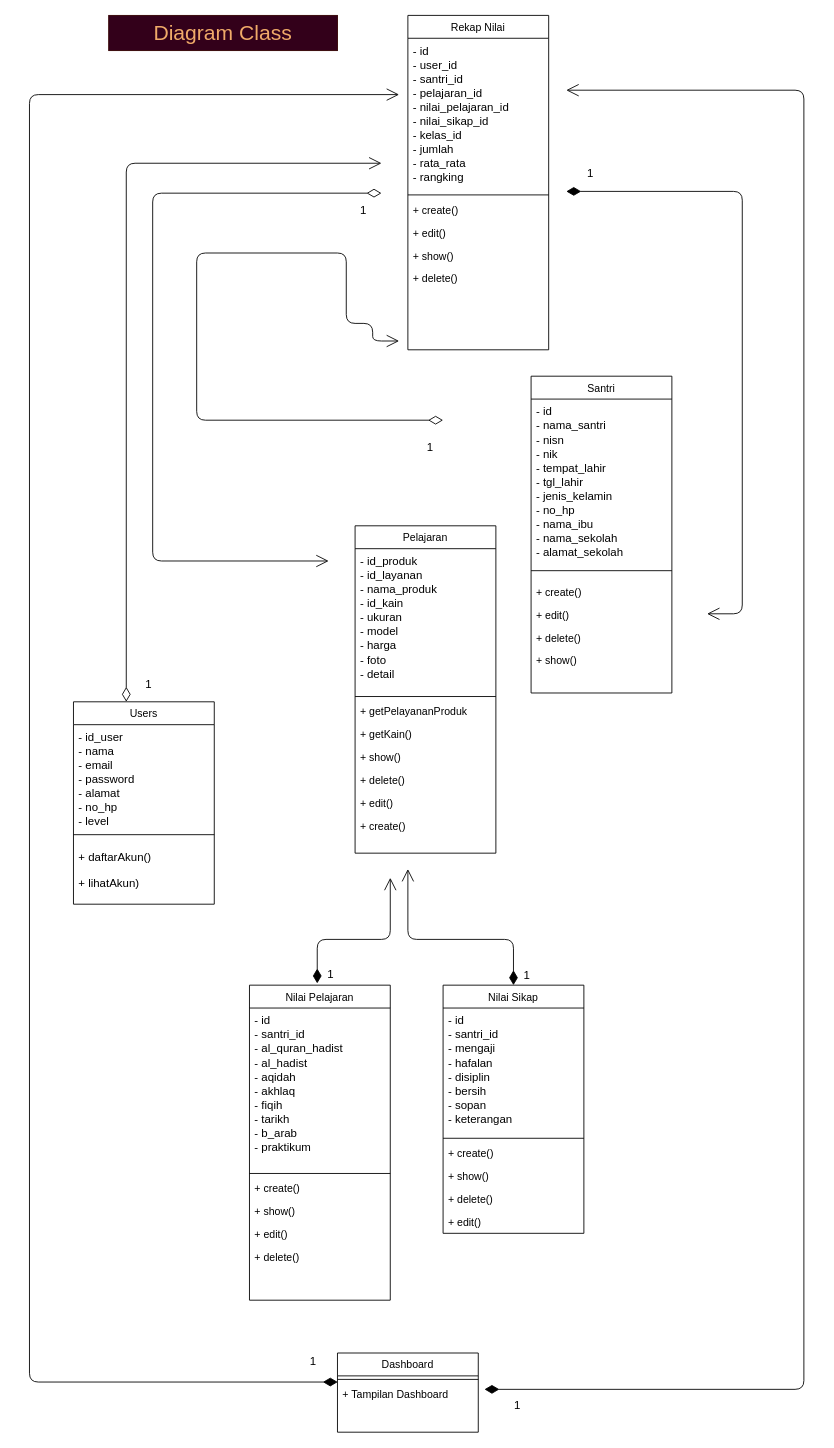
Before: page "Diagram-Class" (4 of 17) of draw.io/Proyek-3.drawio in Tugas-Proyek-Polindra/proyek-3, a draw.io diagram. Source tidied: cells renumbered, new cells numbered last; positions are measured from the earlier drawing's top-left corner, leaving out a move shared by most shapes. Both pictures are drawn from the tidied source at 88%, with x=0, y=0 at pixel (29, 15).
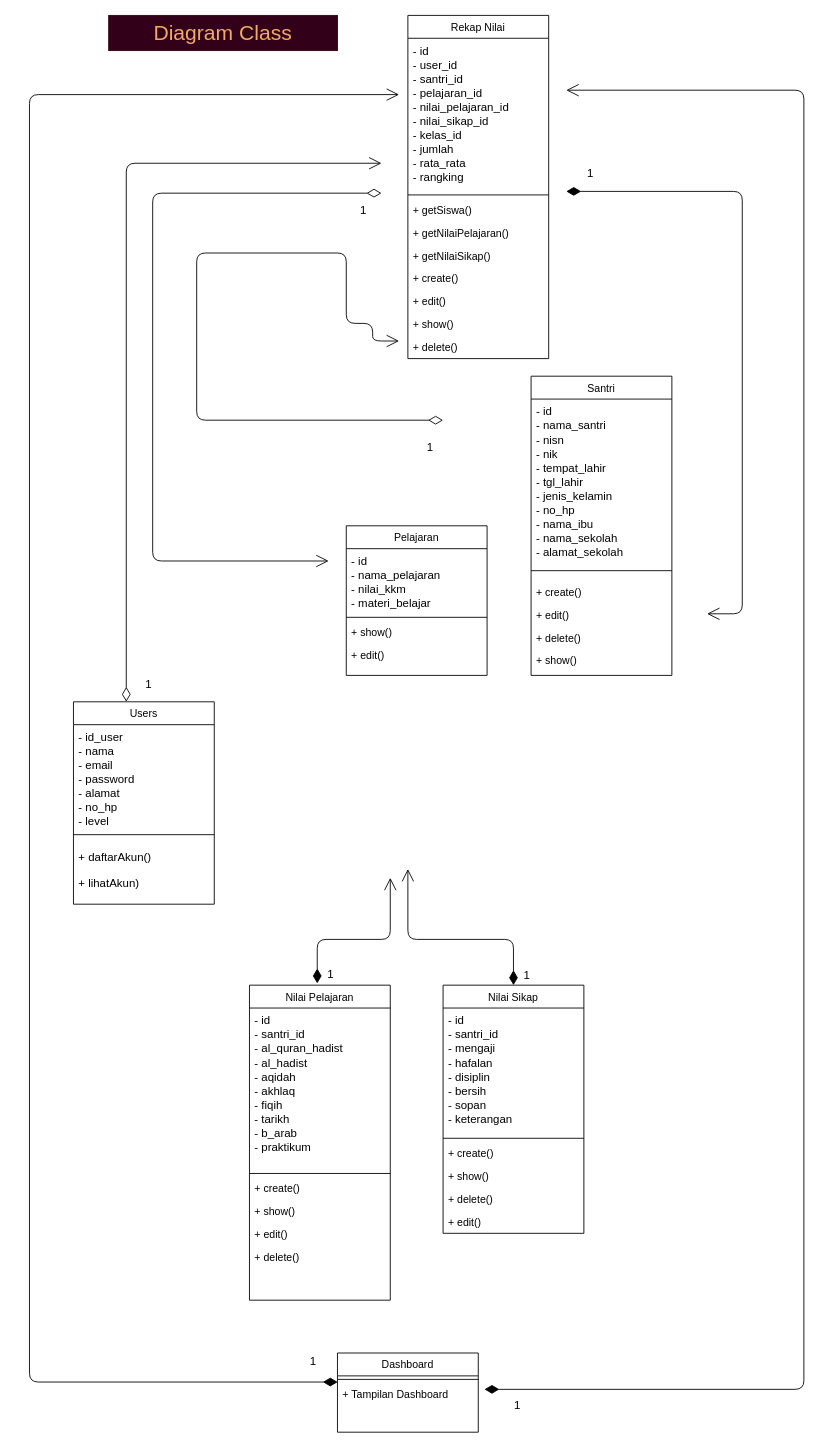
The same page after the edit.

Change to the diagram source:
```diff
@@
     <mxCell id="8" value="Pelajaran" style="swimlane;fontStyle=0;align=center;verticalAlign=top;horizontal=1;startSize=26;rounded=0;shadow=0;strokeWidth=1;" parent="1" vertex="1">
-      <mxGeometry x="370" y="580" width="160" height="372" as="geometry" />
+      <mxGeometry x="360" y="580" width="160" height="170" as="geometry" />
     </mxCell>
-    <mxCell id="9" value="- id_produk&#10;- id_layanan&#10;- nama_produk&#10;- id_kain&#10;- ukuran&#10;- model&#10;- harga&#10;- foto&#10;- detail" style="text;align=left;verticalAlign=top;spacingLeft=4;spacingRight=4;overflow=hidden;fontSize=13;" parent="8" vertex="1">
-      <mxGeometry y="26" width="160" height="164" as="geometry" />
+    <mxCell id="9" value="- id&#10;- nama_pelajaran&#10;- nilai_kkm&#10;- materi_belajar" style="text;align=left;verticalAlign=top;spacingLeft=4;spacingRight=4;overflow=hidden;fontSize=13;" parent="8" vertex="1">
+      <mxGeometry y="26" width="160" height="74" as="geometry" />
     </mxCell>
     <mxCell id="10" style="line;html=1;strokeWidth=1;align=left;verticalAlign=middle;spacingTop=-1;spacingLeft=3;spacingRight=3;labelPosition=right;" parent="8" vertex="1">
-      <mxGeometry y="190" width="160" height="8" as="geometry" />
+      <mxGeometry y="100" width="160" height="8" as="geometry" />
     </mxCell>
-    <mxCell id="11" value="+ getPelayananProduk" style="text;align=left;verticalAlign=top;spacingLeft=4;spacingRight=4;overflow=hidden;" parent="8" vertex="1">
-      <mxGeometry y="198" width="160" height="26" as="geometry" />
-    </mxCell>
-    <mxCell id="12" value="+ getKain()&#10;" style="text;align=left;verticalAlign=top;spacingLeft=4;spacingRight=4;overflow=hidden;" parent="8" vertex="1">
-      <mxGeometry y="224" width="160" height="26" as="geometry" />
-    </mxCell>
     <mxCell id="13" value="+ show()" style="text;strokeColor=none;fillColor=none;align=left;verticalAlign=top;spacingLeft=4;spacingRight=4;overflow=hidden;" parent="8" vertex="1">
-      <mxGeometry y="250" width="160" height="26" as="geometry" />
+      <mxGeometry y="108" width="160" height="26" as="geometry" />
     </mxCell>
-    <mxCell id="14" value="+ delete()" style="text;strokeColor=none;fillColor=none;align=left;verticalAlign=top;spacingLeft=4;spacingRight=4;overflow=hidden;" parent="8" vertex="1">
-      <mxGeometry y="276" width="160" height="26" as="geometry" />
-    </mxCell>
     <mxCell id="15" value="+ edit()&#10;" style="text;align=left;verticalAlign=top;spacingLeft=4;spacingRight=4;overflow=hidden;" parent="8" vertex="1">
-      <mxGeometry y="302" width="160" height="26" as="geometry" />
+      <mxGeometry y="134" width="160" height="26" as="geometry" />
     </mxCell>
-    <mxCell id="16" value="+ create()" style="text;align=left;verticalAlign=top;spacingLeft=4;spacingRight=4;overflow=hidden;" parent="8" vertex="1">
-      <mxGeometry y="328" width="160" height="26" as="geometry" />
-    </mxCell>
@@
     <mxCell id="24" value="Rekap Nilai" style="swimlane;fontStyle=0;align=center;verticalAlign=top;horizontal=1;startSize=26;rounded=0;shadow=0;strokeWidth=1;" parent="1" vertex="1">
-      <mxGeometry x="430" width="160" height="380" as="geometry" />
+      <mxGeometry x="430" width="160" height="390" as="geometry" />
     </mxCell>
@@
+    <mxCell id="56" value="+ getSiswa()" style="text;strokeColor=none;fillColor=none;align=left;verticalAlign=top;spacingLeft=4;spacingRight=4;overflow=hidden;" parent="24" vertex="1">
+      <mxGeometry y="208" width="160" height="26" as="geometry" />
+    </mxCell>
+    <mxCell id="57" value="+ getNilaiPelajaran()" style="text;strokeColor=none;fillColor=none;align=left;verticalAlign=top;spacingLeft=4;spacingRight=4;overflow=hidden;" parent="24" vertex="1">
+      <mxGeometry y="234" width="160" height="26" as="geometry" />
+    </mxCell>
+    <mxCell id="58" value="+ getNilaiSikap()" style="text;strokeColor=none;fillColor=none;align=left;verticalAlign=top;spacingLeft=4;spacingRight=4;overflow=hidden;" parent="24" vertex="1">
+      <mxGeometry y="260" width="160" height="26" as="geometry" />
+    </mxCell>
     <mxCell id="27" value="+ create()" style="text;align=left;verticalAlign=top;spacingLeft=4;spacingRight=4;overflow=hidden;" parent="24" vertex="1">
-      <mxGeometry y="208" width="160" height="26" as="geometry" />
+      <mxGeometry y="286" width="160" height="26" as="geometry" />
     </mxCell>
     <mxCell id="28" value="+ edit()&#10;" style="text;align=left;verticalAlign=top;spacingLeft=4;spacingRight=4;overflow=hidden;" parent="24" vertex="1">
-      <mxGeometry y="234" width="160" height="26" as="geometry" />
+      <mxGeometry y="312" width="160" height="26" as="geometry" />
     </mxCell>
     <mxCell id="29" value="+ show()" style="text;strokeColor=none;fillColor=none;align=left;verticalAlign=top;spacingLeft=4;spacingRight=4;overflow=hidden;" parent="24" vertex="1">
-      <mxGeometry y="260" width="160" height="26" as="geometry" />
+      <mxGeometry y="338" width="160" height="26" as="geometry" />
     </mxCell>
     <mxCell id="30" value="+ delete()" style="text;strokeColor=none;fillColor=none;align=left;verticalAlign=top;spacingLeft=4;spacingRight=4;overflow=hidden;" parent="24" vertex="1">
-      <mxGeometry y="286" width="160" height="26" as="geometry" />
+      <mxGeometry y="364" width="160" height="26" as="geometry" />
     </mxCell>
@@
     <mxCell id="44" value="Santri" style="swimlane;fontStyle=0;align=center;verticalAlign=top;horizontal=1;startSize=26;rounded=0;shadow=0;strokeWidth=1;" parent="1" vertex="1">
-      <mxGeometry x="570" y="410" width="160" height="360" as="geometry" />
+      <mxGeometry x="570" y="410" width="160" height="340" as="geometry" />
     </mxCell>
```
